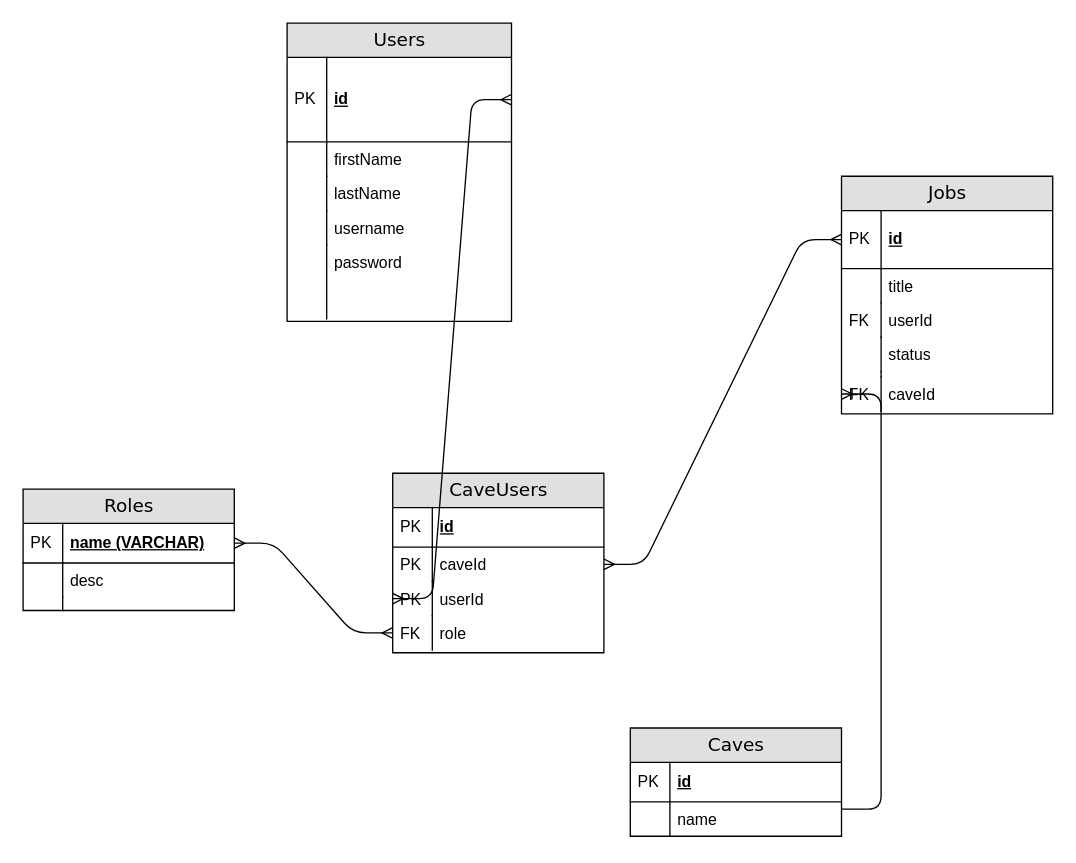
Earlier version of the draw.io diagram documentation/Untitled Diagram.drawio (dsi28/savagez). Source tidied: cells renumbered, new cells numbered last; positions are measured from the earlier drawing's top-left corner, leaving out a move shared by most shapes. Both pictures are drawn from the tidied source at 132%, with x=0, y=0 at pixel (22, 22).
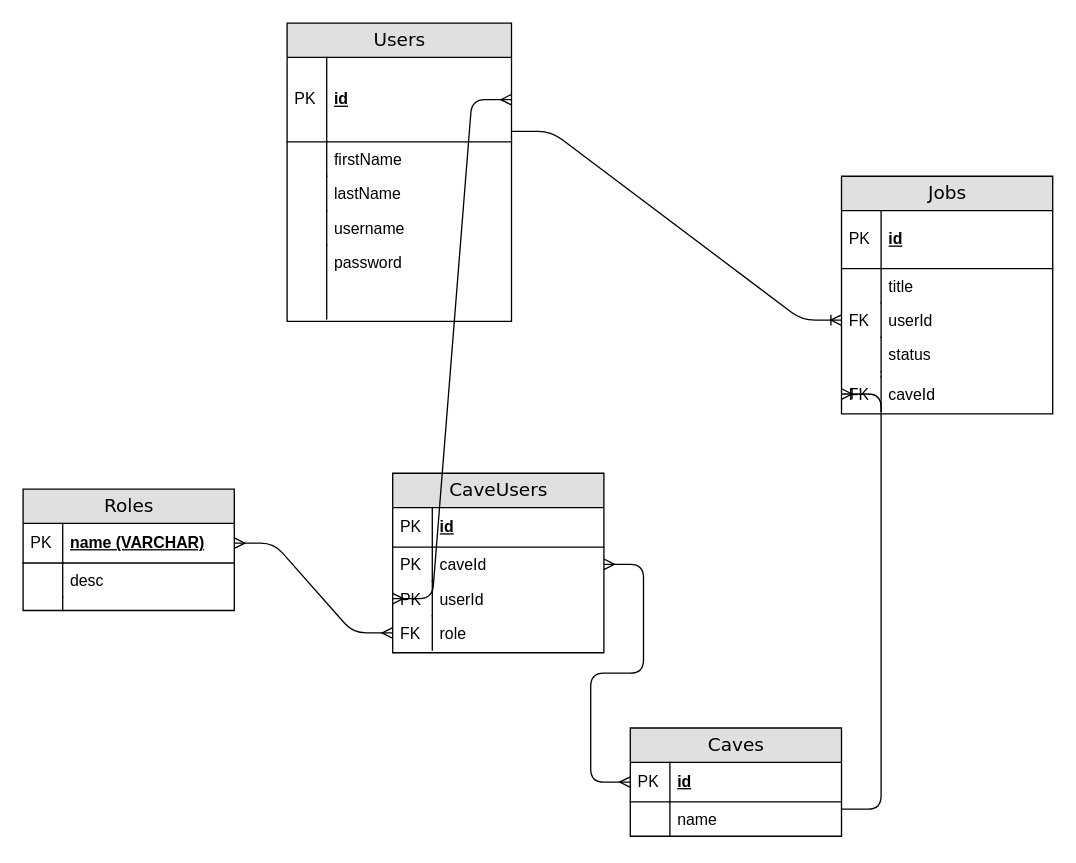
Above is the later version.

Unchanged cells that the change refers to:
```xml
<mxCell id="3" value="id" style="shape=partialRectangle;top=0;left=0;right=0;bottom=1;html=1;align=left;verticalAlign=middle;fillColor=none;spacingLeft=34;spacingRight=4;whiteSpace=wrap;overflow=hidden;points=[[0,0.5],[1,0.5]];portConstraint=eastwest;fontStyle=5;" parent="2" vertex="1">
  <mxGeometry y="26" width="160" height="30" as="geometry" />
</mxCell>
<mxCell id="8" value="id" style="shape=partialRectangle;top=0;left=0;right=0;bottom=1;html=1;align=left;verticalAlign=middle;fillColor=none;spacingLeft=34;spacingRight=4;whiteSpace=wrap;overflow=hidden;points=[[0,0.5],[1,0.5]];portConstraint=eastwest;fontStyle=5;" parent="7" vertex="1">
  <mxGeometry y="26" width="170" height="64" as="geometry" />
</mxCell>
<mxCell id="19" value="id" style="shape=partialRectangle;top=0;left=0;right=0;bottom=1;html=1;align=left;verticalAlign=middle;fillColor=none;spacingLeft=34;spacingRight=4;whiteSpace=wrap;overflow=hidden;points=[[0,0.5],[1,0.5]];portConstraint=eastwest;fontStyle=5;" parent="18" vertex="1">
  <mxGeometry y="26" width="160" height="44" as="geometry" />
</mxCell>
<mxCell id="23" value="userId" style="shape=partialRectangle;top=0;left=0;right=0;bottom=0;html=1;align=left;verticalAlign=top;fillColor=none;spacingLeft=34;spacingRight=4;whiteSpace=wrap;overflow=hidden;points=[[0,0.5],[1,0.5]];portConstraint=eastwest;" parent="18" vertex="1">
  <mxGeometry y="96" width="160" height="26" as="geometry" />
</mxCell>
<mxCell id="41" value="caveId" style="shape=partialRectangle;top=0;left=0;right=0;bottom=0;html=1;align=left;verticalAlign=top;fillColor=none;spacingLeft=34;spacingRight=4;whiteSpace=wrap;overflow=hidden;points=[[0,0.5],[1,0.5]];portConstraint=eastwest;" parent="38" vertex="1">
  <mxGeometry y="56" width="160" height="26" as="geometry" />
</mxCell>
```

Diff of the diagram source:
```diff
@@
-    <mxCell id="49" style="edgeStyle=entityRelationEdgeStyle;fontSize=12;html=1;endArrow=ERmany;startArrow=ERmany;entryX=0;entryY=0.5;entryDx=0;entryDy=0;exitX=1;exitY=0.5;exitDx=0;exitDy=0;" parent="1" edge="1" source="41" target="19">
+    <mxCell id="49" style="edgeStyle=entityRelationEdgeStyle;fontSize=12;html=1;endArrow=ERmany;startArrow=ERmany;entryX=0;entryY=0.5;entryDx=0;entryDy=0;exitX=1;exitY=0.5;exitDx=0;exitDy=0;" parent="1" edge="1" source="41" target="3">
       <mxGeometry relative="1" as="geometry" />
     </mxCell>
@@
+    <mxCell id="51" style="edgeStyle=entityRelationEdgeStyle;fontSize=12;html=1;endArrow=ERoneToMany;entryX=0;entryY=0.5;entryDx=0;entryDy=0;exitX=1;exitY=0.875;exitDx=0;exitDy=0;exitPerimeter=0;" parent="1" edge="1" source="8" target="23">
+      <mxGeometry relative="1" as="geometry" />
+    </mxCell>
```
